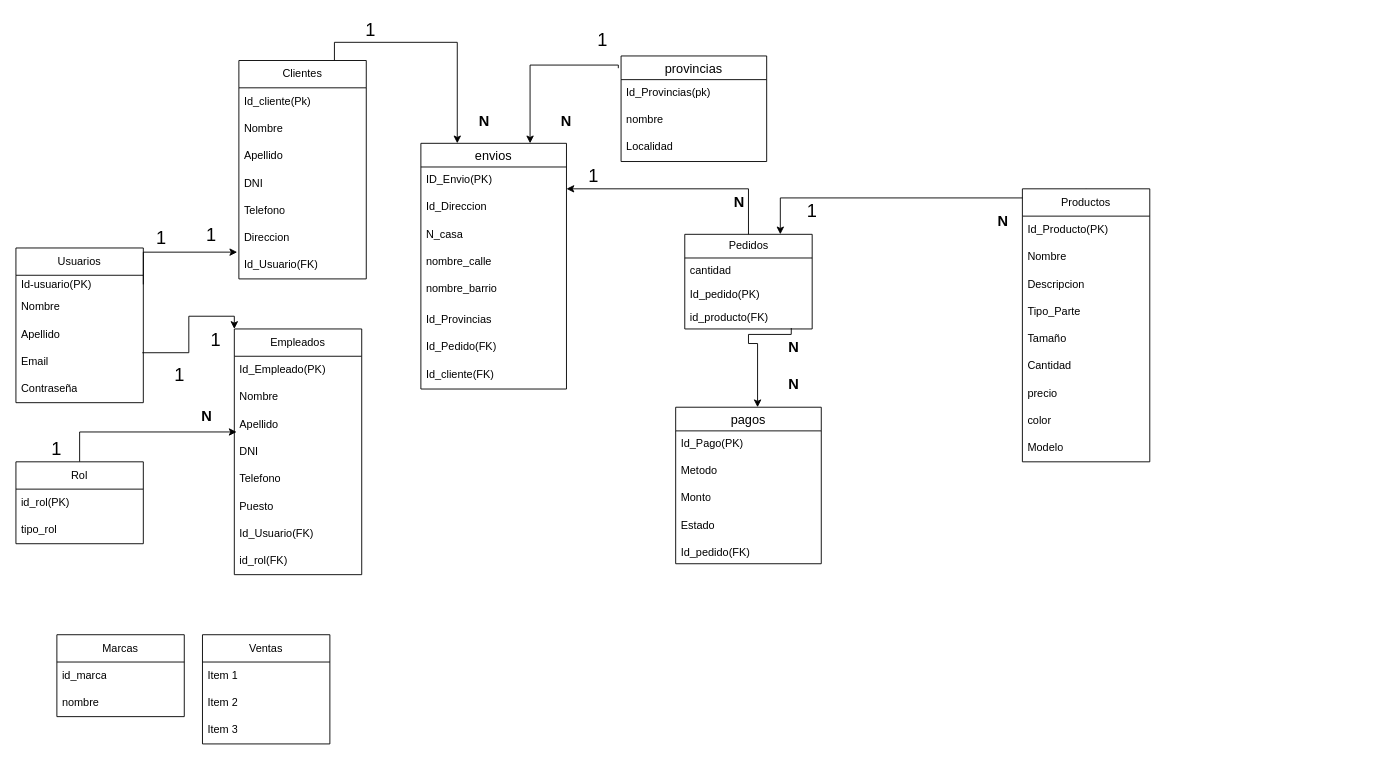
Before: der Autopartes.drawio in PabloCardozo224/Proyecto-PartesAutos, a draw.io diagram. Source tidied: cells renumbered, new cells numbered last; positions are measured from the earlier drawing's top-left corner, leaving out a move shared by most shapes. Both pictures are drawn from the tidied source at 91%, with x=0, y=0 at pixel (15, 15).
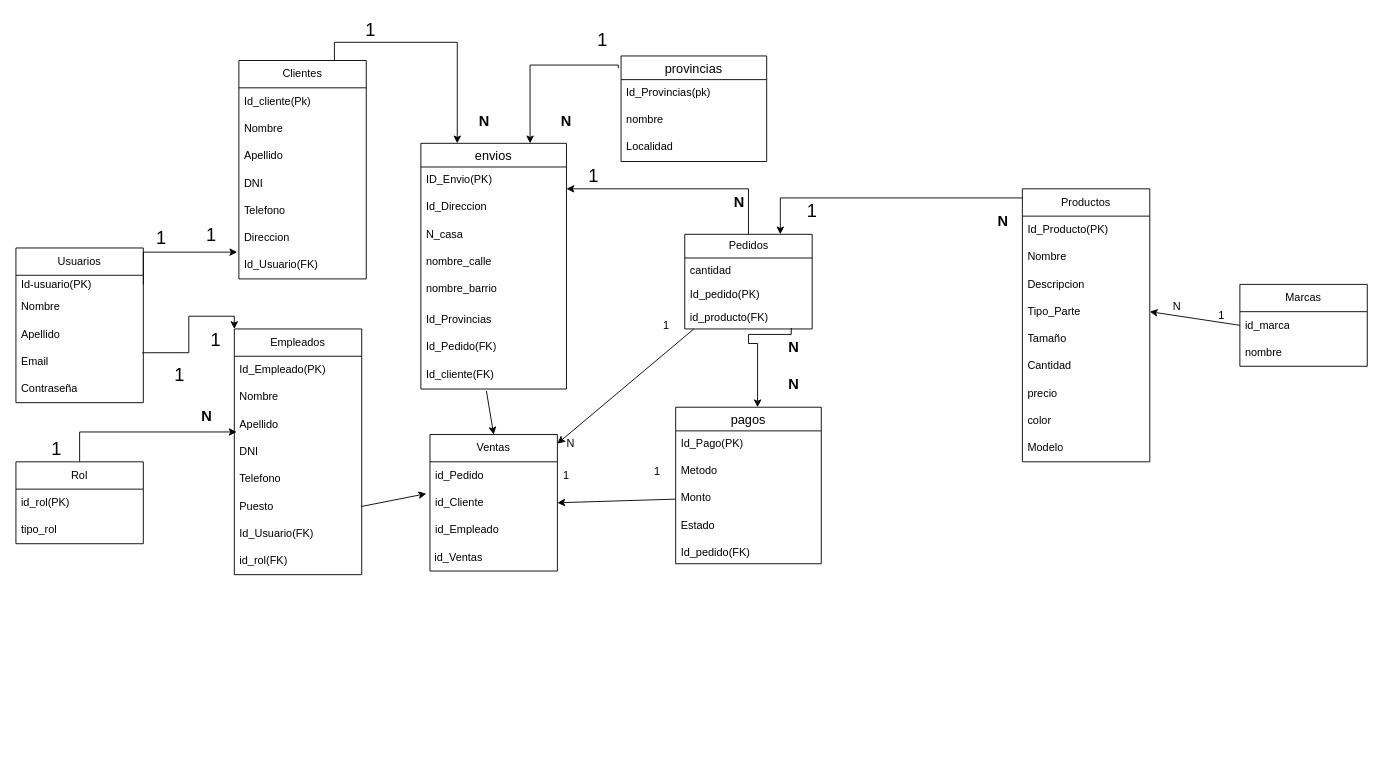
Above is the later version.

The change refers to these unchanged cells:
```xml
<mxCell id="14" value="Puesto" style="text;strokeColor=none;fillColor=none;align=left;verticalAlign=middle;spacingLeft=4;spacingRight=4;overflow=hidden;points=[[0,0.5],[1,0.5]];portConstraint=eastwest;whiteSpace=wrap;html=1;" parent="8" vertex="1">
  <mxGeometry y="180" width="140" height="30" as="geometry" />
</mxCell>
<mxCell id="31" value="Tipo_Parte" style="text;strokeColor=none;fillColor=none;align=left;verticalAlign=middle;spacingLeft=4;spacingRight=4;overflow=hidden;points=[[0,0.5],[1,0.5]];portConstraint=eastwest;whiteSpace=wrap;html=1;" parent="27" vertex="1">
  <mxGeometry y="120" width="140" height="30" as="geometry" />
</mxCell>
<mxCell id="49" value="Id_cliente(FK)" style="text;strokeColor=none;fillColor=none;spacingLeft=4;spacingRight=4;overflow=hidden;points=[[0,0.5],[1,0.5]];portConstraint=eastwest;fontSize=12;whiteSpace=wrap;html=1;" parent="41" vertex="1">
  <mxGeometry y="240" width="160" height="30" as="geometry" />
</mxCell>
<mxCell id="53" value="Monto" style="text;strokeColor=none;fillColor=none;spacingLeft=4;spacingRight=4;overflow=hidden;points=[[0,0.5],[1,0.5]];portConstraint=eastwest;fontSize=12;whiteSpace=wrap;html=1;" parent="50" vertex="1">
  <mxGeometry y="86" width="160" height="30" as="geometry" />
</mxCell>
<mxCell id="60" value="id_producto(FK)" style="text;strokeColor=none;fillColor=none;align=left;verticalAlign=top;spacingLeft=4;spacingRight=4;overflow=hidden;points=[[0,0.5],[1,0.5]];portConstraint=eastwest;whiteSpace=wrap;html=1;" parent="57" vertex="1">
  <mxGeometry y="78" width="140" height="26" as="geometry" />
</mxCell>
<mxCell id="84" value="id_marca" style="text;strokeColor=none;fillColor=none;align=left;verticalAlign=middle;spacingLeft=4;spacingRight=4;overflow=hidden;points=[[0,0.5],[1,0.5]];portConstraint=eastwest;whiteSpace=wrap;html=1;" parent="83" vertex="1">
  <mxGeometry y="30" width="140" height="30" as="geometry" />
</mxCell>
```

Change to the diagram source:
```diff
@@
     <mxCell id="83" value="Marcas" style="swimlane;fontStyle=0;horizontal=1;startSize=30;whiteSpace=wrap;html=1;" parent="1" vertex="1">
-      <mxGeometry x="45" y="680" width="140" height="90" as="geometry" />
+      <mxGeometry x="1345" y="295" width="140" height="90" as="geometry" />
     </mxCell>
@@
     <mxCell id="86" value="Ventas" style="swimlane;fontStyle=0;horizontal=1;startSize=30;whiteSpace=wrap;html=1;" parent="1" vertex="1">
-      <mxGeometry x="205" y="680" width="140" height="120" as="geometry" />
+      <mxGeometry x="455" y="460" width="140" height="150" as="geometry" />
     </mxCell>
-    <mxCell id="87" value="Item 1" style="text;strokeColor=none;fillColor=none;align=left;verticalAlign=middle;spacingLeft=4;spacingRight=4;overflow=hidden;whiteSpace=wrap;html=1;" parent="86" vertex="1">
+    <mxCell id="87" value="id_Pedido" style="text;strokeColor=none;fillColor=none;align=left;verticalAlign=middle;spacingLeft=4;spacingRight=4;overflow=hidden;whiteSpace=wrap;html=1;" parent="86" vertex="1">
       <mxGeometry y="30" width="140" height="30" as="geometry" />
     </mxCell>
-    <mxCell id="88" value="Item 2" style="text;strokeColor=none;fillColor=none;align=left;verticalAlign=middle;spacingLeft=4;spacingRight=4;overflow=hidden;points=[[0,0.5],[1,0.5]];portConstraint=eastwest;whiteSpace=wrap;html=1;" parent="86" vertex="1">
+    <mxCell id="88" value="id_Cliente" style="text;strokeColor=none;fillColor=none;align=left;verticalAlign=middle;spacingLeft=4;spacingRight=4;overflow=hidden;points=[[0,0.5],[1,0.5]];portConstraint=eastwest;whiteSpace=wrap;html=1;" parent="86" vertex="1">
       <mxGeometry y="60" width="140" height="30" as="geometry" />
     </mxCell>
-    <mxCell id="89" value="Item 3" style="text;strokeColor=none;fillColor=none;align=left;verticalAlign=middle;spacingLeft=4;spacingRight=4;overflow=hidden;whiteSpace=wrap;html=1;" parent="86" vertex="1">
+    <mxCell id="89" value="id_Empleado" style="text;strokeColor=none;fillColor=none;align=left;verticalAlign=middle;spacingLeft=4;spacingRight=4;overflow=hidden;whiteSpace=wrap;html=1;" parent="86" vertex="1">
       <mxGeometry y="90" width="140" height="30" as="geometry" />
     </mxCell>
+    <mxCell id="92" value="&amp;nbsp;id_Ventas" style="text;html=1;strokeColor=none;fillColor=none;align=left;verticalAlign=middle;whiteSpace=wrap;rounded=0;" parent="86" vertex="1">
+      <mxGeometry y="120" width="140" height="30" as="geometry" />
+    </mxCell>
@@
+    <mxCell id="93" style="endArrow=classic;html=1;rounded=0;exitX=0;exitY=0.5;exitDx=0;exitDy=0;entryX=1;entryY=0.5;entryDx=0;entryDy=0;" parent="1" edge="1" source="84" target="31">
+      <mxGeometry relative="1" as="geometry" />
+    </mxCell>
+    <mxCell id="94" value="1" style="text;html=1;strokeColor=none;fillColor=none;align=center;verticalAlign=middle;whiteSpace=wrap;rounded=0;" parent="1" vertex="1">
+      <mxGeometry x="1295" y="314" width="60" height="30" as="geometry" />
+    </mxCell>
+    <mxCell id="95" value="N" style="text;html=1;strokeColor=none;fillColor=none;align=center;verticalAlign=middle;whiteSpace=wrap;rounded=0;" parent="1" vertex="1">
+      <mxGeometry x="1246" y="305" width="60" height="30" as="geometry" />
+    </mxCell>
+    <mxCell id="96" style="endArrow=classic;html=1;rounded=0;exitX=0;exitY=0.5;exitDx=0;exitDy=0;entryX=1;entryY=0.5;entryDx=0;entryDy=0;" parent="1" edge="1" source="53" target="88">
+      <mxGeometry relative="1" as="geometry" />
+    </mxCell>
+    <mxCell id="97" value="1&lt;br&gt;" style="text;html=1;strokeColor=none;fillColor=none;align=center;verticalAlign=middle;whiteSpace=wrap;rounded=0;" parent="1" vertex="1">
+      <mxGeometry x="575" y="490" width="60" height="30" as="geometry" />
+    </mxCell>
+    <mxCell id="98" value="1" style="text;html=1;strokeColor=none;fillColor=none;align=center;verticalAlign=middle;whiteSpace=wrap;rounded=0;" parent="1" vertex="1">
+      <mxGeometry x="675" y="486" width="60" height="30" as="geometry" />
+    </mxCell>
+    <mxCell id="99" style="endArrow=classic;html=1;rounded=0;exitX=0.071;exitY=1;exitDx=0;exitDy=0;exitPerimeter=0;entryX=0;entryY=0.5;entryDx=0;entryDy=0;" parent="1" edge="1" source="60" target="101">
+      <mxGeometry relative="1" as="geometry" />
+    </mxCell>
+    <mxCell id="100" style="endArrow=classic;html=1;rounded=0;exitX=0.45;exitY=1.067;exitDx=0;exitDy=0;exitPerimeter=0;entryX=0.5;entryY=0;entryDx=0;entryDy=0;" parent="1" edge="1" source="49" target="86">
+      <mxGeometry relative="1" as="geometry" />
+    </mxCell>
+    <mxCell id="101" value="N" style="text;html=1;strokeColor=none;fillColor=none;align=center;verticalAlign=middle;whiteSpace=wrap;rounded=0;" parent="1" vertex="1">
+      <mxGeometry x="595" y="455" width="30" height="30" as="geometry" />
+    </mxCell>
+    <mxCell id="102" value="1" style="text;html=1;strokeColor=none;fillColor=none;align=center;verticalAlign=middle;whiteSpace=wrap;rounded=0;" parent="1" vertex="1">
+      <mxGeometry x="695" y="325" width="40" height="30" as="geometry" />
+    </mxCell>
+    <mxCell id="103" style="endArrow=classic;html=1;rounded=0;entryX=-0.029;entryY=0.167;entryDx=0;entryDy=0;entryPerimeter=0;exitX=1;exitY=0.5;exitDx=0;exitDy=0;" parent="1" edge="1" source="14" target="88">
+      <mxGeometry relative="1" as="geometry" />
+    </mxCell>
```
